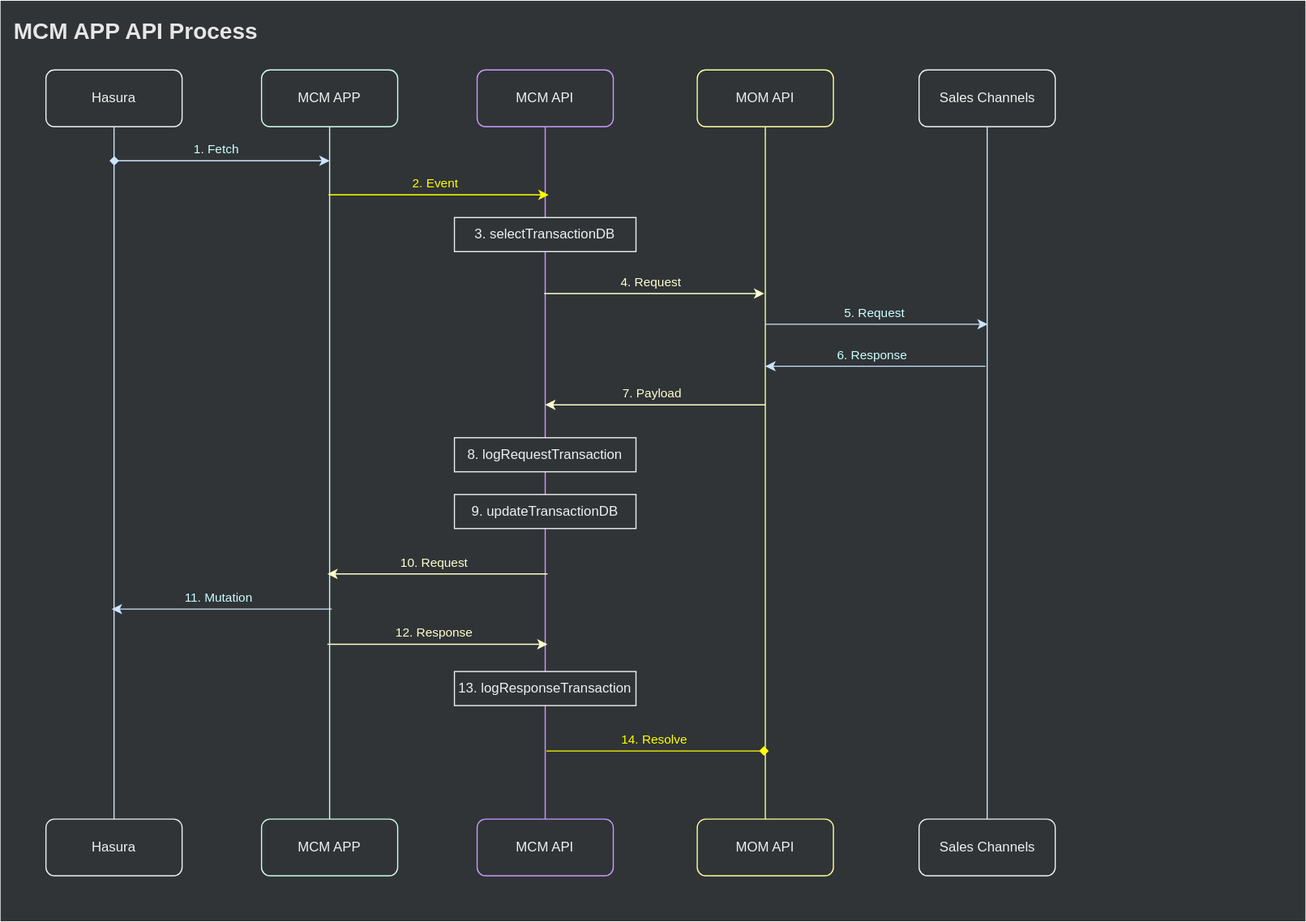
This is assets/.draw.io/documents/geclio2-mcm-app-api.svg from jiholee-ntwglobal/jiholee-ntwglobal.github.io, a draw.io export, as it was before one commit. Source tidied: cells renumbered, new cells last; positions are measured from the earlier drawing's top-left corner, leaving out a move shared by most shapes.
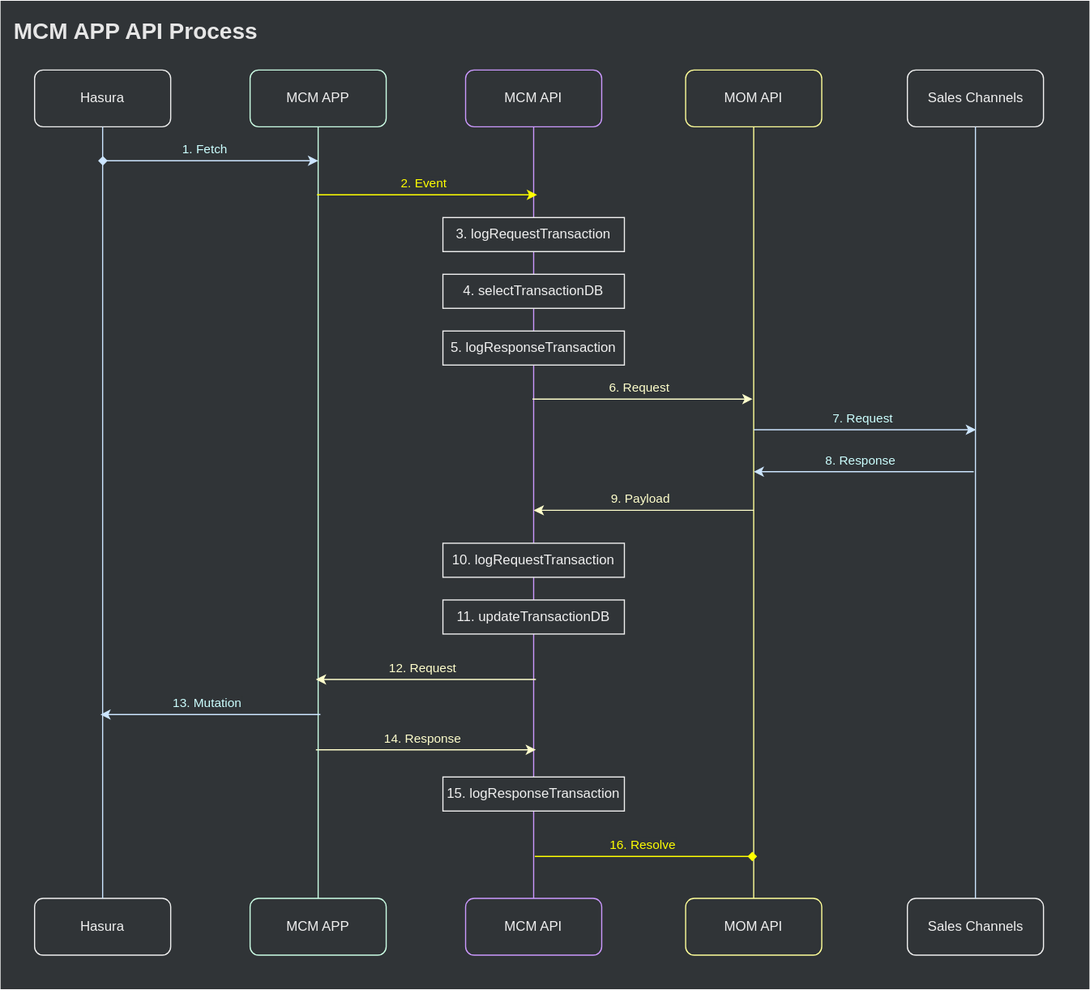
After the change.

Diff of the diagram source:
```diff
@@ -3,32 +3,32 @@
     <mxCell id="0" />
     <mxCell id="1" value="Background" parent="0" />
     <mxCell id="2" style="rounded=0;whiteSpace=wrap;html=1;strokeColor=none;fontColor=#F0F0F0;labelBackgroundColor=none;fillColor=#303437;" parent="1" vertex="1">
-      <mxGeometry width="1150" height="811" as="geometry" />
+      <mxGeometry width="960" height="871" as="geometry" />
     </mxCell>
     <mxCell id="3" value="Foreground" parent="0" />
     <mxCell id="4" value="Sales Channels" style="rounded=1;whiteSpace=wrap;html=1;fontColor=#F0F0F0;strokeColor=#F0F0F0;fillColor=#303437;" parent="3" vertex="1">
-      <mxGeometry x="809.5" y="61" width="120" height="50" as="geometry" />
+      <mxGeometry x="799.5" y="61" width="120" height="50" as="geometry" />
     </mxCell>
     <mxCell id="5" value="MCM API" style="rounded=1;whiteSpace=wrap;html=1;fontColor=#F0F0F0;strokeColor=#CC99FF;fillColor=#303437;" parent="3" vertex="1">
-      <mxGeometry x="420" y="61" width="120" height="50" as="geometry" />
+      <mxGeometry x="410" y="61" width="120" height="50" as="geometry" />
     </mxCell>
     <mxCell id="6" value="MOM API" style="rounded=1;whiteSpace=wrap;html=1;fontColor=#F0F0F0;fillColor=#303437;strokeColor=#FFFF99;" parent="3" vertex="1">
-      <mxGeometry x="614" y="61" width="120" height="50" as="geometry" />
+      <mxGeometry x="604" y="61" width="120" height="50" as="geometry" />
     </mxCell>
     <mxCell id="7" value="Hasura" style="rounded=1;whiteSpace=wrap;html=1;fontColor=#F0F0F0;strokeColor=#F0F0F0;fillColor=#303437;" parent="3" vertex="1">
-      <mxGeometry x="40" y="61" width="120" height="50" as="geometry" />
+      <mxGeometry x="30" y="61" width="120" height="50" as="geometry" />
     </mxCell>
     <mxCell id="8" value="Sales Channels" style="rounded=1;whiteSpace=wrap;html=1;fontColor=#F0F0F0;strokeColor=#F0F0F0;fillColor=#303437;" parent="3" vertex="1">
-      <mxGeometry x="809.5" y="721" width="120" height="50" as="geometry" />
+      <mxGeometry x="799.5" y="791" width="120" height="50" as="geometry" />
     </mxCell>
     <mxCell id="9" value="MCM API" style="rounded=1;whiteSpace=wrap;html=1;fontColor=#F0F0F0;strokeColor=#CC99FF;fillColor=#303437;" parent="3" vertex="1">
-      <mxGeometry x="420" y="721" width="120" height="50" as="geometry" />
+      <mxGeometry x="410" y="791" width="120" height="50" as="geometry" />
     </mxCell>
     <mxCell id="10" value="MOM API" style="rounded=1;whiteSpace=wrap;html=1;fontColor=#F0F0F0;fillColor=#303437;strokeColor=#FFFF99;" parent="3" vertex="1">
-      <mxGeometry x="614" y="721" width="120" height="50" as="geometry" />
+      <mxGeometry x="604" y="791" width="120" height="50" as="geometry" />
     </mxCell>
     <mxCell id="11" value="Hasura" style="rounded=1;whiteSpace=wrap;html=1;fontColor=#F0F0F0;strokeColor=#F0F0F0;fillColor=#303437;" parent="3" vertex="1">
-      <mxGeometry x="40" y="721" width="120" height="50" as="geometry" />
+      <mxGeometry x="30" y="791" width="120" height="50" as="geometry" />
     </mxCell>
     <mxCell id="12" style="endArrow=none;html=1;entryX=0.5;entryY=1;entryDx=0;entryDy=0;exitX=0.5;exitY=0;exitDx=0;exitDy=0;strokeColor=#CC99FF;" parent="3" edge="1" source="9" target="5">
       <mxGeometry relative="1" as="geometry" />
@@ -44,87 +44,93 @@
     </mxCell>
     <mxCell id="16" value="&lt;font color=&quot;#ccffff&quot; style=&quot;background-color: rgb(48 , 52 , 55)&quot;&gt;1. Fetch&lt;/font&gt;" style="endArrow=classic;html=1;strokeColor=#CCE5FF;startArrow=diamond;startFill=1;labelBackgroundColor=#303437;" parent="3" edge="1">
       <mxGeometry x="-0.03" y="10" relative="1" as="geometry">
-        <mxPoint x="96" y="141" as="sourcePoint" />
-        <mxPoint x="290" y="141" as="targetPoint" />
+        <mxPoint x="86" y="141" as="sourcePoint" />
+        <mxPoint x="280" y="141" as="targetPoint" />
       </mxGeometry>
     </mxCell>
-    <mxCell id="17" value="&lt;font color=&quot;#ccffff&quot; style=&quot;background-color: rgb(48 , 52 , 55)&quot;&gt;6. Response&lt;/font&gt;" style="endArrow=none;html=1;strokeColor=#CCE5FF;startArrow=classic;startFill=1;endFill=0;labelBackgroundColor=#303437;" parent="3" edge="1">
+    <mxCell id="17" value="&lt;font color=&quot;#ccffff&quot; style=&quot;background-color: rgb(48 , 52 , 55)&quot;&gt;8. Response&lt;/font&gt;" style="endArrow=none;html=1;strokeColor=#CCE5FF;startArrow=classic;startFill=1;endFill=0;labelBackgroundColor=#303437;" parent="3" edge="1">
       <mxGeometry x="-0.03" y="10" relative="1" as="geometry">
-        <mxPoint x="674" y="322" as="sourcePoint" />
-        <mxPoint x="868" y="322" as="targetPoint" />
+        <mxPoint x="664" y="415" as="sourcePoint" />
+        <mxPoint x="858" y="415" as="targetPoint" />
       </mxGeometry>
     </mxCell>
-    <mxCell id="18" value="&lt;font style=&quot;background-color: rgb(48 , 52 , 55)&quot; color=&quot;#ffffcc&quot;&gt;12. Response&lt;/font&gt;" style="endArrow=classic;html=1;labelBackgroundColor=#303437;strokeColor=#FFFFCC;" parent="3" edge="1">
+    <mxCell id="18" value="&lt;font style=&quot;background-color: rgb(48 , 52 , 55)&quot; color=&quot;#ffffcc&quot;&gt;14. Response&lt;/font&gt;" style="endArrow=classic;html=1;labelBackgroundColor=#303437;strokeColor=#FFFFCC;" parent="3" edge="1">
       <mxGeometry x="-0.03" y="10" relative="1" as="geometry">
-        <mxPoint x="288" y="567" as="sourcePoint" />
-        <mxPoint x="482" y="567" as="targetPoint" />
+        <mxPoint x="278" y="660" as="sourcePoint" />
+        <mxPoint x="472" y="660" as="targetPoint" />
       </mxGeometry>
     </mxCell>
-    <mxCell id="19" value="&lt;font style=&quot;background-color: rgb(48 , 52 , 55)&quot; color=&quot;#ffffcc&quot;&gt;7. Payload&lt;/font&gt;" style="endArrow=none;html=1;startArrow=classic;startFill=1;endFill=0;labelBackgroundColor=#303437;strokeColor=#FFFFCC;" parent="3" edge="1">
+    <mxCell id="19" value="&lt;font style=&quot;background-color: rgb(48 , 52 , 55)&quot; color=&quot;#ffffcc&quot;&gt;9. Payload&lt;/font&gt;" style="endArrow=none;html=1;startArrow=classic;startFill=1;endFill=0;labelBackgroundColor=#303437;strokeColor=#FFFFCC;" parent="3" edge="1">
       <mxGeometry x="-0.03" y="10" relative="1" as="geometry">
-        <mxPoint x="480" y="356" as="sourcePoint" />
-        <mxPoint x="674" y="356" as="targetPoint" />
+        <mxPoint x="470" y="449" as="sourcePoint" />
+        <mxPoint x="664" y="449" as="targetPoint" />
       </mxGeometry>
     </mxCell>
-    <mxCell id="20" value="8. logRequestTransaction" style="rounded=0;whiteSpace=wrap;html=1;fontColor=#F0F0F0;strokeColor=#F0F0F0;fillColor=#303437;" parent="3" vertex="1">
-      <mxGeometry x="400" y="385" width="160" height="30" as="geometry" />
+    <mxCell id="20" value="10. logRequestTransaction" style="rounded=0;whiteSpace=wrap;html=1;fontColor=#F0F0F0;strokeColor=#F0F0F0;fillColor=#303437;" parent="3" vertex="1">
+      <mxGeometry x="390" y="478" width="160" height="30" as="geometry" />
     </mxCell>
-    <mxCell id="21" value="13. logResponseTransaction" style="rounded=0;whiteSpace=wrap;html=1;fontColor=#F0F0F0;strokeColor=#F0F0F0;fillColor=#303437;" parent="3" vertex="1">
-      <mxGeometry x="400" y="591" width="160" height="30" as="geometry" />
+    <mxCell id="21" value="15. logResponseTransaction" style="rounded=0;whiteSpace=wrap;html=1;fontColor=#F0F0F0;strokeColor=#F0F0F0;fillColor=#303437;" parent="3" vertex="1">
+      <mxGeometry x="390" y="684" width="160" height="30" as="geometry" />
     </mxCell>
-    <mxCell id="22" value="9. updateTransactionDB" style="rounded=0;whiteSpace=wrap;html=1;fontColor=#F0F0F0;strokeColor=#F0F0F0;fillColor=#303437;" parent="3" vertex="1">
-      <mxGeometry x="400" y="435" width="160" height="30" as="geometry" />
+    <mxCell id="22" value="11. updateTransactionDB" style="rounded=0;whiteSpace=wrap;html=1;fontColor=#F0F0F0;strokeColor=#F0F0F0;fillColor=#303437;" parent="3" vertex="1">
+      <mxGeometry x="390" y="528" width="160" height="30" as="geometry" />
     </mxCell>
     <mxCell id="23" value="&lt;b&gt;MCM APP API Process&lt;/b&gt;" style="text;html=1;strokeColor=none;fillColor=none;align=left;verticalAlign=middle;whiteSpace=wrap;rounded=0;fontSize=20;fontColor=#E6E6E6;" parent="3" vertex="1">
       <mxGeometry x="10" y="11" width="420" height="30" as="geometry" />
     </mxCell>
     <mxCell id="24" value="MCM APP" style="rounded=1;whiteSpace=wrap;html=1;fontColor=#F0F0F0;fillColor=#303437;strokeColor=#CCFFE6;" parent="3" vertex="1">
-      <mxGeometry x="230" y="61" width="120" height="50" as="geometry" />
+      <mxGeometry x="220" y="61" width="120" height="50" as="geometry" />
     </mxCell>
     <mxCell id="25" value="MCM APP" style="rounded=1;whiteSpace=wrap;html=1;fontColor=#F0F0F0;fillColor=#303437;strokeColor=#CCFFE6;" parent="3" vertex="1">
-      <mxGeometry x="230" y="721" width="120" height="50" as="geometry" />
+      <mxGeometry x="220" y="791" width="120" height="50" as="geometry" />
     </mxCell>
     <mxCell id="26" style="endArrow=none;html=1;entryX=0.5;entryY=1;entryDx=0;entryDy=0;exitX=0.5;exitY=0;exitDx=0;exitDy=0;strokeColor=#CCFFE6;" parent="3" edge="1" source="25" target="24">
       <mxGeometry relative="1" as="geometry" />
     </mxCell>
     <mxCell id="27" value="&lt;font color=&quot;#ffff00&quot; style=&quot;background-color: rgb(48 , 52 , 55)&quot;&gt;2. Event&lt;/font&gt;" style="endArrow=classic;html=1;strokeColor=#FFFF00;labelBackgroundColor=#303437;" parent="3" edge="1">
       <mxGeometry x="-0.03" y="10" relative="1" as="geometry">
-        <mxPoint x="289" y="171" as="sourcePoint" />
-        <mxPoint x="483" y="171" as="targetPoint" />
+        <mxPoint x="279" y="171" as="sourcePoint" />
+        <mxPoint x="473" y="171" as="targetPoint" />
       </mxGeometry>
     </mxCell>
-    <mxCell id="28" value="&lt;font color=&quot;#ccffff&quot; style=&quot;background-color: rgb(48 , 52 , 55)&quot;&gt;5. Request&lt;/font&gt;" style="endArrow=none;html=1;strokeColor=#CCE5FF;startArrow=classic;startFill=1;endFill=0;labelBackgroundColor=#303437;" parent="3" edge="1">
+    <mxCell id="28" value="&lt;font color=&quot;#ccffff&quot; style=&quot;background-color: rgb(48 , 52 , 55)&quot;&gt;7. Request&lt;/font&gt;" style="endArrow=none;html=1;strokeColor=#CCE5FF;startArrow=classic;startFill=1;endFill=0;labelBackgroundColor=#303437;" parent="3" edge="1">
       <mxGeometry x="0.02" y="-10" relative="1" as="geometry">
-        <mxPoint x="870" y="285" as="sourcePoint" />
-        <mxPoint x="674" y="285" as="targetPoint" />
+        <mxPoint x="860" y="378" as="sourcePoint" />
+        <mxPoint x="664" y="378" as="targetPoint" />
       </mxGeometry>
     </mxCell>
-    <mxCell id="29" value="3. selectTransactionDB" style="rounded=0;whiteSpace=wrap;html=1;fontColor=#F0F0F0;strokeColor=#F0F0F0;fillColor=#303437;" parent="3" vertex="1">
-      <mxGeometry x="400" y="191" width="160" height="30" as="geometry" />
+    <mxCell id="29" value="4. selectTransactionDB" style="rounded=0;whiteSpace=wrap;html=1;fontColor=#F0F0F0;strokeColor=#F0F0F0;fillColor=#303437;" parent="3" vertex="1">
+      <mxGeometry x="390" y="241" width="160" height="30" as="geometry" />
     </mxCell>
-    <mxCell id="30" value="&lt;font style=&quot;background-color: rgb(48 , 52 , 55)&quot; color=&quot;#ffffcc&quot;&gt;10. Request&lt;/font&gt;" style="endArrow=none;html=1;startArrow=classic;startFill=1;endFill=0;labelBackgroundColor=#303437;strokeColor=#FFFFCC;" parent="3" edge="1">
+    <mxCell id="30" value="&lt;font style=&quot;background-color: rgb(48 , 52 , 55)&quot; color=&quot;#ffffcc&quot;&gt;12. Request&lt;/font&gt;" style="endArrow=none;html=1;startArrow=classic;startFill=1;endFill=0;labelBackgroundColor=#303437;strokeColor=#FFFFCC;" parent="3" edge="1">
       <mxGeometry x="-0.03" y="10" relative="1" as="geometry">
-        <mxPoint x="288" y="505" as="sourcePoint" />
-        <mxPoint x="482" y="505" as="targetPoint" />
+        <mxPoint x="278" y="598" as="sourcePoint" />
+        <mxPoint x="472" y="598" as="targetPoint" />
       </mxGeometry>
     </mxCell>
-    <mxCell id="31" value="&lt;font style=&quot;background-color: rgb(48 , 52 , 55)&quot;&gt;14. Resolve&lt;/font&gt;" style="endArrow=diamond;html=1;labelBackgroundColor=#303437;fontColor=#FFFF00;strokeColor=#FFFF00;endFill=1;" parent="3" edge="1">
+    <mxCell id="31" value="&lt;font style=&quot;background-color: rgb(48 , 52 , 55)&quot;&gt;16. Resolve&lt;/font&gt;" style="endArrow=diamond;html=1;labelBackgroundColor=#303437;fontColor=#FFFF00;strokeColor=#FFFF00;endFill=1;" parent="3" edge="1">
       <mxGeometry x="-0.03" y="10" relative="1" as="geometry">
-        <mxPoint x="481" y="661" as="sourcePoint" />
-        <mxPoint x="677" y="661" as="targetPoint" />
+        <mxPoint x="471" y="754" as="sourcePoint" />
+        <mxPoint x="667" y="754" as="targetPoint" />
       </mxGeometry>
     </mxCell>
-    <mxCell id="32" value="&lt;font color=&quot;#ffffcc&quot; style=&quot;background-color: rgb(48 , 52 , 55)&quot;&gt;4. Request&lt;/font&gt;" style="endArrow=classic;html=1;labelBackgroundColor=#303437;strokeColor=#FFFFCC;" parent="3" edge="1">
+    <mxCell id="32" value="&lt;font color=&quot;#ffffcc&quot; style=&quot;background-color: rgb(48 , 52 , 55)&quot;&gt;6. Request&lt;/font&gt;" style="endArrow=classic;html=1;labelBackgroundColor=#303437;strokeColor=#FFFFCC;" parent="3" edge="1">
       <mxGeometry x="-0.03" y="10" relative="1" as="geometry">
-        <mxPoint x="479" y="258" as="sourcePoint" />
-        <mxPoint x="673" y="258" as="targetPoint" />
+        <mxPoint x="469" y="351" as="sourcePoint" />
+        <mxPoint x="663" y="351" as="targetPoint" />
       </mxGeometry>
     </mxCell>
-    <mxCell id="33" value="&lt;font color=&quot;#ccffff&quot; style=&quot;background-color: rgb(48 , 52 , 55)&quot;&gt;11. Mutation&lt;/font&gt;" style="endArrow=none;html=1;strokeColor=#CCE5FF;startArrow=classic;startFill=1;endFill=0;labelBackgroundColor=#303437;" parent="3" edge="1">
+    <mxCell id="33" value="&lt;font color=&quot;#ccffff&quot; style=&quot;background-color: rgb(48 , 52 , 55)&quot;&gt;13. Mutation&lt;/font&gt;" style="endArrow=none;html=1;strokeColor=#CCE5FF;startArrow=classic;startFill=1;endFill=0;labelBackgroundColor=#303437;" parent="3" edge="1">
       <mxGeometry x="-0.03" y="10" relative="1" as="geometry">
-        <mxPoint x="98" y="536" as="sourcePoint" />
-        <mxPoint x="292" y="536" as="targetPoint" />
+        <mxPoint x="88" y="629" as="sourcePoint" />
+        <mxPoint x="282" y="629" as="targetPoint" />
       </mxGeometry>
     </mxCell>
+    <mxCell id="34" value="3. logRequestTransaction" style="rounded=0;whiteSpace=wrap;html=1;fontColor=#F0F0F0;strokeColor=#F0F0F0;fillColor=#303437;" parent="3" vertex="1">
+      <mxGeometry x="390" y="191" width="160" height="30" as="geometry" />
+    </mxCell>
+    <mxCell id="35" value="5. logResponseTransaction" style="rounded=0;whiteSpace=wrap;html=1;fontColor=#F0F0F0;strokeColor=#F0F0F0;fillColor=#303437;" parent="3" vertex="1">
+      <mxGeometry x="390" y="291" width="160" height="30" as="geometry" />
+    </mxCell>
   </root>
 </mxGraphModel>
```
